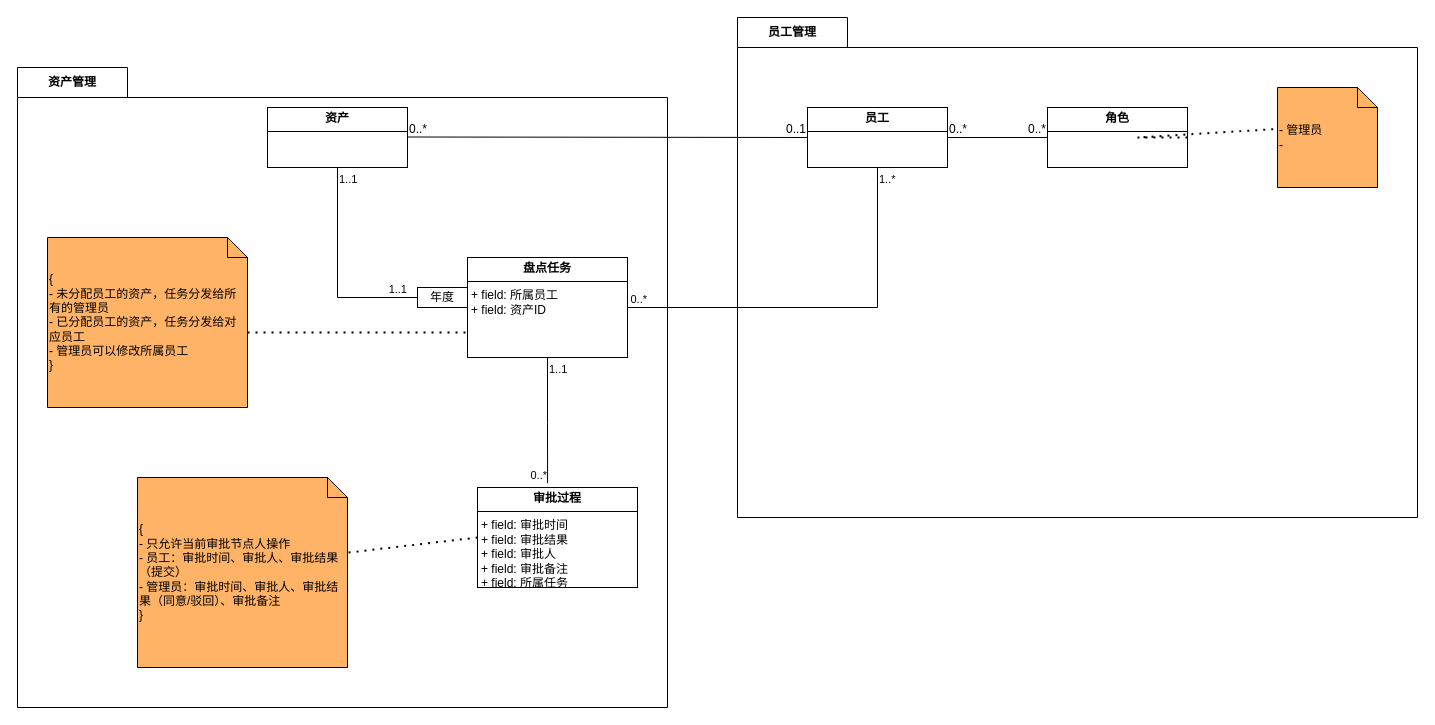
Above: 未命名绘图.drawio in wangxiaochuang/drawio (draw.io), before the change. Source tidied: cells renumbered, new cells numbered last; positions are measured from the earlier drawing's top-left corner, leaving out a move shared by most shapes. Both pictures are drawn from the tidied source at 100%, with x=0, y=0 at pixel (17, 17).
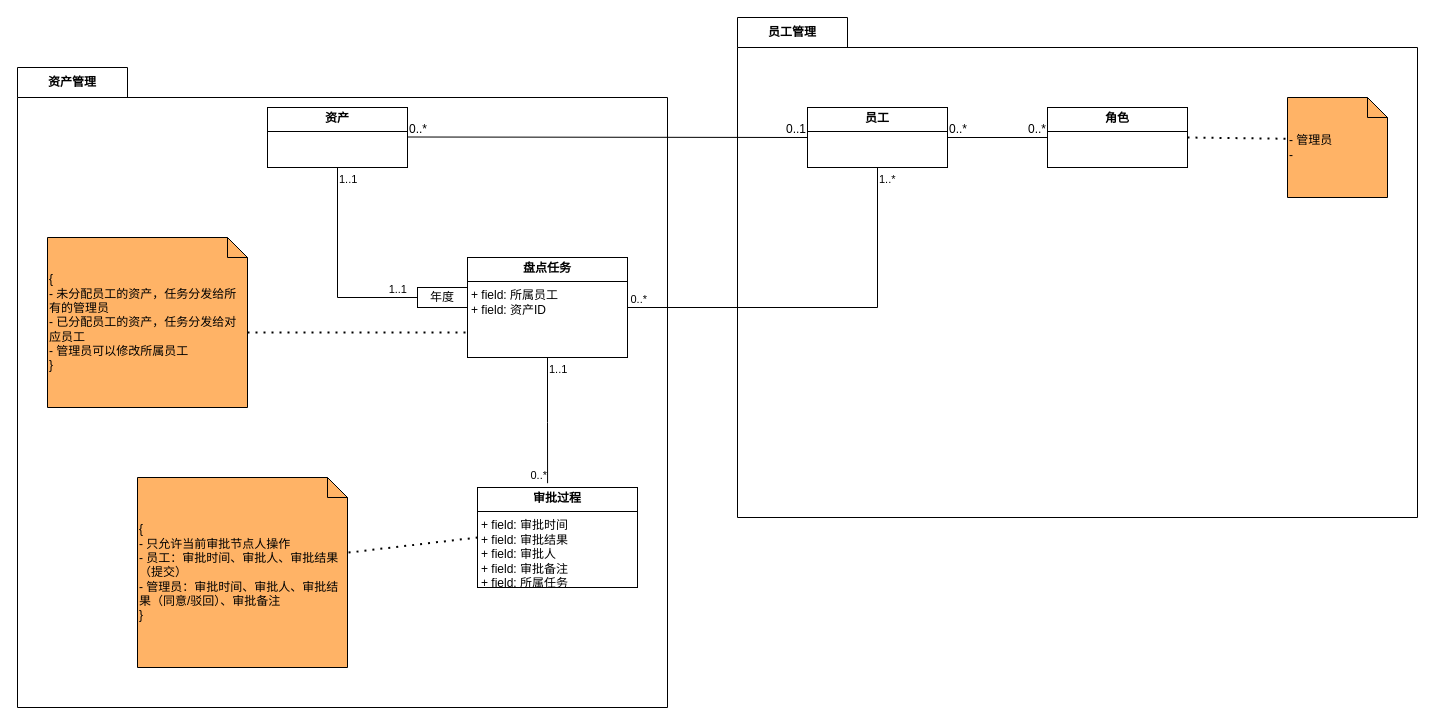
After the change.

Commit message:
更新未命名绘图.drawio

The change refers to these unchanged cells:
```xml
<mxCell id="2" value="员工管理" style="shape=folder;fontStyle=1;tabWidth=110;tabHeight=30;tabPosition=left;html=1;boundedLbl=1;labelInHeader=1;whiteSpace=wrap;" parent="1" vertex="1">
  <mxGeometry x="720" width="680" height="500" as="geometry" />
</mxCell>
<mxCell id="4" value="资产管理" style="shape=folder;fontStyle=1;tabWidth=110;tabHeight=30;tabPosition=left;html=1;boundedLbl=1;labelInHeader=1;whiteSpace=wrap;" parent="1" vertex="1">
  <mxGeometry y="50" width="650" height="640" as="geometry" />
</mxCell>
<mxCell id="22" value="&lt;p style=&quot;margin:0px;margin-top:4px;text-align:center;&quot;&gt;&lt;b&gt;角色&lt;/b&gt;&lt;/p&gt;&lt;hr size=&quot;1&quot; style=&quot;border-style:solid;&quot;&gt;&lt;div style=&quot;height:2px;&quot;&gt;&lt;/div&gt;" style="verticalAlign=top;align=left;overflow=fill;html=1;whiteSpace=wrap;" parent="1" vertex="1">
  <mxGeometry x="1030" y="90" width="140" height="60" as="geometry" />
</mxCell>
```

What changed in the source:
```diff
@@
     <mxCell id="3" style="html=1;strokeColor=none;fillColor=none;whiteSpace=wrap;" parent="2" vertex="1">
-      <mxGeometry width="680" height="350" relative="1" as="geometry">
+      <mxGeometry width="680" height="470" relative="1" as="geometry">
         <mxPoint y="30" as="offset" />
       </mxGeometry>
     </mxCell>
+    <mxCell id="26" value="- 管理员&lt;div&gt;-&amp;nbsp;&lt;/div&gt;" style="shape=note;size=20;whiteSpace=wrap;html=1;align=left;fillColor=#FFB366;" parent="2" vertex="1">
+      <mxGeometry x="550" y="80" width="100" height="100" as="geometry" />
+    </mxCell>
@@
     <mxCell id="5" style="html=1;strokeColor=none;fillColor=none;whiteSpace=wrap;" parent="4" vertex="1">
-      <mxGeometry width="650" height="448" relative="1" as="geometry">
+      <mxGeometry width="650" height="610" relative="1" as="geometry">
         <mxPoint y="30" as="offset" />
       </mxGeometry>
     </mxCell>
@@
-    <mxCell id="26" value="- 管理员&lt;div&gt;-&amp;nbsp;&lt;/div&gt;" style="shape=note;size=20;whiteSpace=wrap;html=1;align=left;fillColor=#FFB366;" parent="1" vertex="1">
-      <mxGeometry x="1260" y="70" width="100" height="100" as="geometry" />
-    </mxCell>
     <mxCell id="27" style="endArrow=none;dashed=1;html=1;dashPattern=1 3;strokeWidth=2;rounded=0;exitX=1;exitY=0.5;exitDx=0;exitDy=0;entryX=0.017;entryY=0.413;entryDx=0;entryDy=0;entryPerimeter=0;" parent="1" edge="1" source="22" target="26">
-      <mxGeometry relative="1" as="geometry">
-        <Array as="points">
-          <mxPoint x="1120" y="120" />
-        </Array>
-      </mxGeometry>
+      <mxGeometry relative="1" as="geometry" />
     </mxCell>
```
